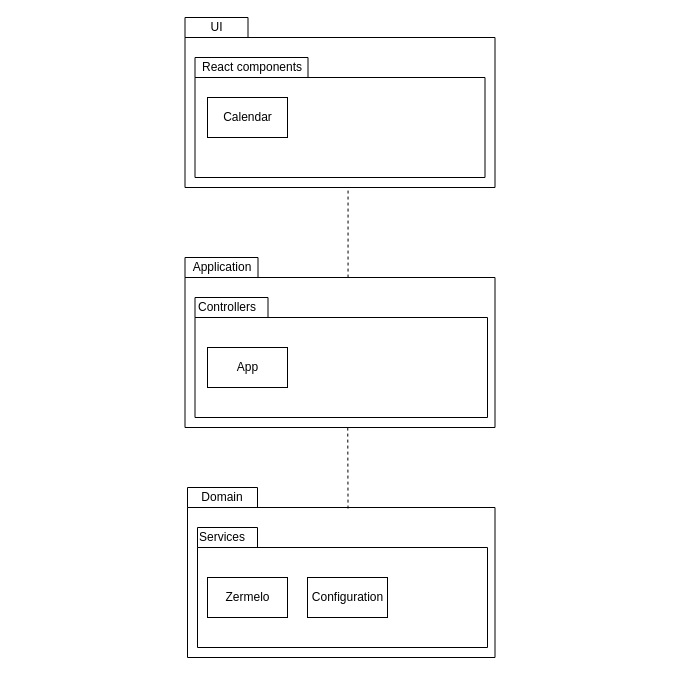
Before: Software_architecture.drawio in simonbosman/Zermelo2Teams, a draw.io diagram. Source tidied: cells renumbered, new cells numbered last; positions are measured from the earlier drawing's top-left corner, leaving out a move shared by most shapes. Both pictures are drawn from the tidied source at 100%, with x=0, y=0 at pixel (185, 17).
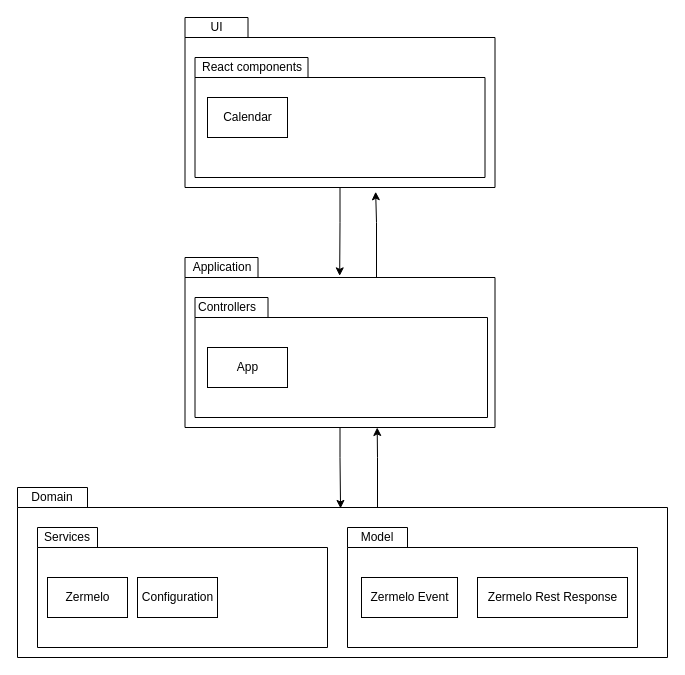
The same page after the edit.

The change refers to these unchanged cells:
```xml
<mxCell id="2" style="shape=folder;fontStyle=1;spacingTop=10;tabWidth=63;tabHeight=20;tabPosition=left;html=1;" parent="1" vertex="1">
  <mxGeometry x="-0.5" width="310" height="170" as="geometry" />
</mxCell>
<mxCell id="3" style="shape=folder;fontStyle=1;spacingTop=10;tabWidth=73;tabHeight=20;tabPosition=left;html=1;" parent="1" vertex="1">
  <mxGeometry x="-0.5" y="240" width="310" height="170" as="geometry" />
</mxCell>
```

Change to the diagram source:
```diff
@@
+    <mxCell id="20" style="edgeStyle=orthogonalEdgeStyle;rounded=0;jettySize=auto;html=1;exitX=0.5;exitY=1;exitDx=0;exitDy=0;exitPerimeter=0;entryX=0.499;entryY=0.108;entryDx=0;entryDy=0;entryPerimeter=0;" parent="1" edge="1" source="2" target="3">
+      <mxGeometry relative="1" as="geometry" />
+    </mxCell>
@@
+    <mxCell id="11" style="edgeStyle=orthogonalEdgeStyle;rounded=0;jettySize=auto;html=1;exitX=0;exitY=0;exitDx=191.5;exitDy=20;exitPerimeter=0;entryX=0.615;entryY=1.025;entryDx=0;entryDy=0;entryPerimeter=0;" parent="1" edge="1" source="3" target="2">
+      <mxGeometry relative="1" as="geometry" />
+    </mxCell>
+    <mxCell id="21" style="edgeStyle=orthogonalEdgeStyle;rounded=0;jettySize=auto;html=1;exitX=0.5;exitY=1;exitDx=0;exitDy=0;exitPerimeter=0;entryX=0.497;entryY=0.123;entryDx=0;entryDy=0;entryPerimeter=0;" parent="1" edge="1" source="3" target="4">
+      <mxGeometry relative="1" as="geometry" />
+    </mxCell>
@@
+    <mxCell id="19" style="edgeStyle=orthogonalEdgeStyle;rounded=0;jettySize=auto;html=1;exitX=0;exitY=0;exitDx=360;exitDy=20;exitPerimeter=0;entryX=0.62;entryY=1;entryDx=0;entryDy=0;entryPerimeter=0;" parent="1" edge="1" source="4" target="3">
+      <mxGeometry relative="1" as="geometry" />
+    </mxCell>
     <mxCell id="4" style="shape=folder;fontStyle=1;spacingTop=10;tabWidth=70;tabHeight=20;tabPosition=left;html=1;" parent="1" vertex="1">
-      <mxGeometry x="2" y="470" width="307.5" height="170" as="geometry" />
+      <mxGeometry x="-168" y="470" width="650" height="170" as="geometry" />
     </mxCell>
@@
     <mxCell id="8" value="Domain" style="text;html=1;strokeColor=none;fillColor=none;align=center;verticalAlign=middle;whiteSpace=wrap;rounded=0;" parent="1" vertex="1">
-      <mxGeometry x="2" y="470" width="70" height="20" as="geometry" />
+      <mxGeometry x="-168" y="470" width="70" height="20" as="geometry" />
     </mxCell>
@@
-    <mxCell id="11" style="endArrow=none;dashed=1;html=1;rounded=0;edgeStyle=orthogonalEdgeStyle;entryX=0.526;entryY=1.015;entryDx=0;entryDy=0;entryPerimeter=0;exitX=0.526;exitY=0.118;exitDx=0;exitDy=0;exitPerimeter=0;" parent="1" edge="1" source="3" target="2">
-      <mxGeometry relative="1" as="geometry" />
-    </mxCell>
@@
     <mxCell id="15" style="shape=folder;fontStyle=1;spacingTop=10;tabWidth=60;tabHeight=20;tabPosition=left;html=1;" parent="1" vertex="1">
-      <mxGeometry x="12" y="510" width="290" height="120" as="geometry" />
+      <mxGeometry x="-148" y="510" width="290" height="120" as="geometry" />
     </mxCell>
     <mxCell id="16" value="Services" style="text;html=1;strokeColor=none;fillColor=none;align=center;verticalAlign=middle;whiteSpace=wrap;rounded=0;" parent="1" vertex="1">
-      <mxGeometry x="7" y="510" width="60" height="20" as="geometry" />
+      <mxGeometry x="-148" y="510" width="60" height="20" as="geometry" />
     </mxCell>
     <mxCell id="17" value="Zermelo" style="html=1;" parent="1" vertex="1">
-      <mxGeometry x="22" y="560" width="80" height="40" as="geometry" />
+      <mxGeometry x="-138" y="560" width="80" height="40" as="geometry" />
     </mxCell>
     <mxCell id="18" value="Configuration" style="html=1;" parent="1" vertex="1">
-      <mxGeometry x="122" y="560" width="80" height="40" as="geometry" />
+      <mxGeometry x="-48" y="560" width="80" height="40" as="geometry" />
     </mxCell>
-    <mxCell id="19" style="endArrow=none;dashed=1;html=1;rounded=0;edgeStyle=orthogonalEdgeStyle;exitX=0.522;exitY=0.124;exitDx=0;exitDy=0;exitPerimeter=0;entryX=0.525;entryY=1.001;entryDx=0;entryDy=0;entryPerimeter=0;" parent="1" edge="1" source="4" target="3">
-      <mxGeometry relative="1" as="geometry">
-        <Array as="points">
-          <mxPoint x="163" y="480" />
-          <mxPoint x="162" y="480" />
-        </Array>
-      </mxGeometry>
-    </mxCell>
+    <mxCell id="22" style="shape=folder;fontStyle=1;spacingTop=10;tabWidth=60;tabHeight=20;tabPosition=left;html=1;" parent="1" vertex="1">
+      <mxGeometry x="162" y="510" width="290" height="120" as="geometry" />
+    </mxCell>
+    <mxCell id="23" value="Model" style="text;html=1;strokeColor=none;fillColor=none;align=center;verticalAlign=middle;whiteSpace=wrap;rounded=0;" parent="1" vertex="1">
+      <mxGeometry x="162" y="510" width="60" height="20" as="geometry" />
+    </mxCell>
+    <mxCell id="24" value="Zermelo Event" style="html=1;" parent="1" vertex="1">
+      <mxGeometry x="176" y="560" width="96" height="40" as="geometry" />
+    </mxCell>
+    <mxCell id="25" value="Zermelo Rest Response" style="html=1;" parent="1" vertex="1">
+      <mxGeometry x="292" y="560" width="150" height="40" as="geometry" />
+    </mxCell>
```
